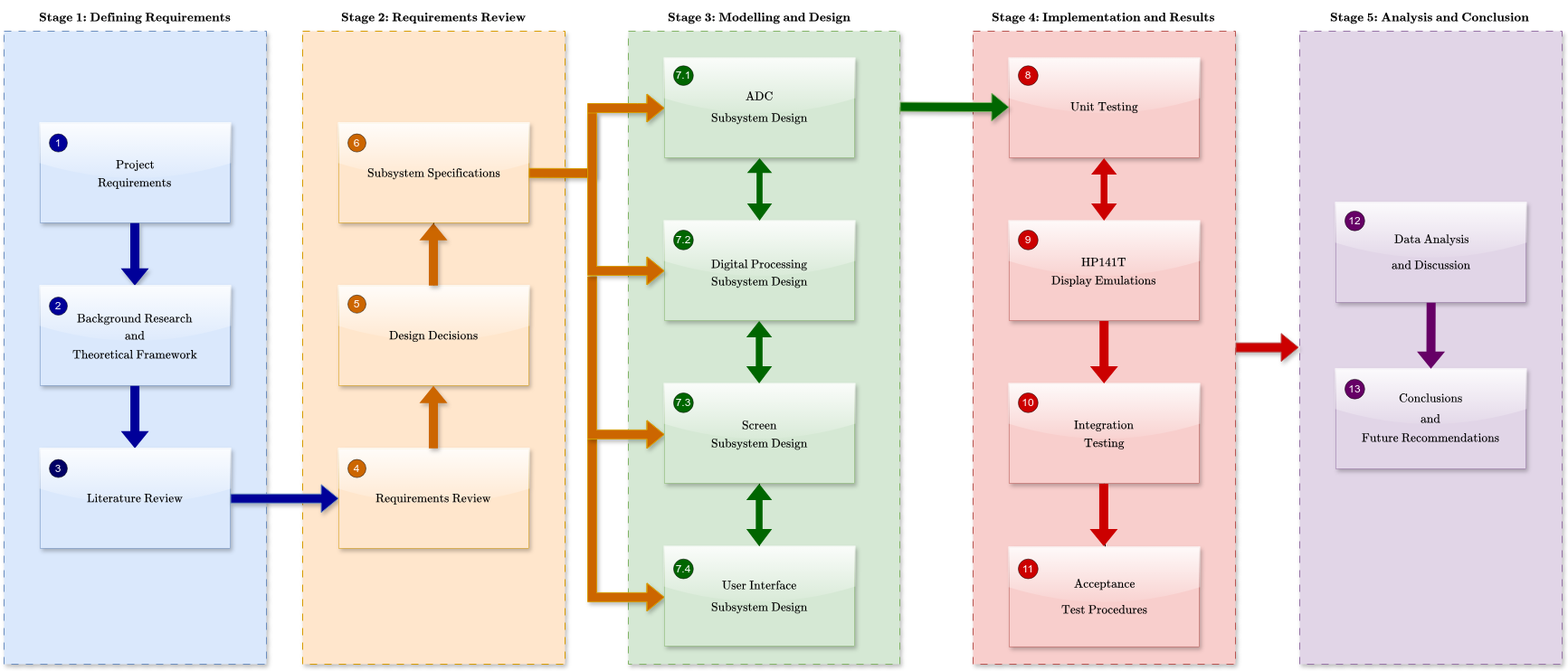
Above: Report/Figures/Methodology/design-stages-diagram.png in BongaNjamela001/Digitizing-HP141T (draw.io), before the change. Source tidied: cells renumbered, new cells last; positions are measured from the earlier drawing's top-left corner, leaving out a move shared by most shapes.
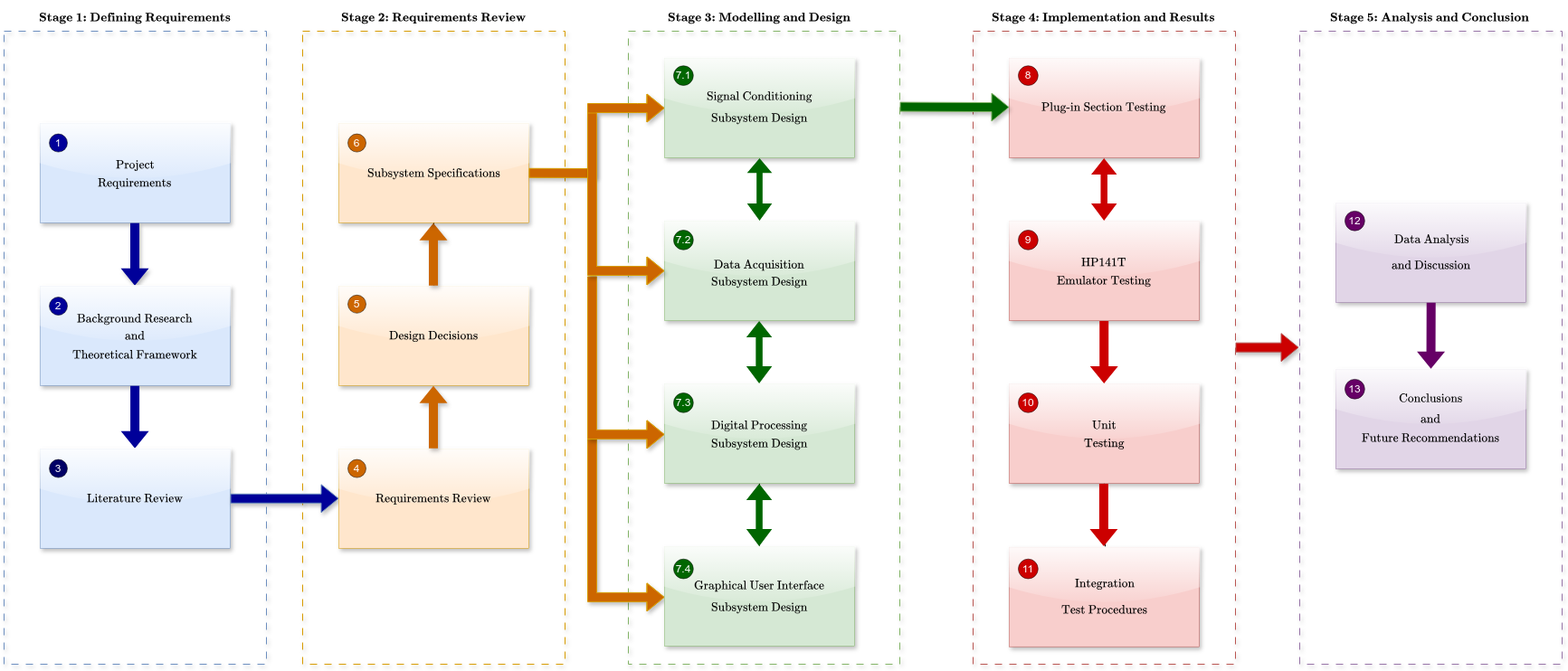
The same file after the commit.

Diff of the diagram source:
```diff
@@ -2,16 +2,16 @@
   <root>
     <mxCell id="0" />
     <mxCell id="1" parent="0" />
-    <mxCell id="2" style="rounded=0;whiteSpace=wrap;html=1;dashed=1;dashPattern=8 8;shadow=1;fillColor=#e1d5e7;strokeColor=#9673a6;" parent="1" vertex="1">
+    <mxCell id="2" style="rounded=0;whiteSpace=wrap;html=1;dashed=1;dashPattern=8 8;shadow=1;fillColor=none;strokeColor=#9673a6;" parent="1" vertex="1">
       <mxGeometry x="1432" y="30" width="290" height="700" as="geometry" />
     </mxCell>
-    <mxCell id="3" style="rounded=0;whiteSpace=wrap;html=1;dashed=1;dashPattern=8 8;shadow=1;fillColor=#f8cecc;strokeColor=#b85450;" parent="1" vertex="1">
+    <mxCell id="3" style="rounded=0;whiteSpace=wrap;html=1;dashed=1;dashPattern=8 8;shadow=1;fillColor=none;strokeColor=#b85450;" parent="1" vertex="1">
       <mxGeometry x="1071" y="30" width="290" height="700" as="geometry" />
     </mxCell>
-    <mxCell id="4" style="rounded=0;whiteSpace=wrap;html=1;dashed=1;dashPattern=8 8;shadow=1;fillColor=#d5e8d4;strokeColor=#82b366;" parent="1" vertex="1">
+    <mxCell id="4" style="rounded=0;whiteSpace=wrap;html=1;dashed=1;dashPattern=8 8;shadow=1;fillColor=none;strokeColor=#82b366;" parent="1" vertex="1">
       <mxGeometry x="690" y="30" width="300" height="700" as="geometry" />
     </mxCell>
-    <mxCell id="5" style="rounded=0;whiteSpace=wrap;html=1;dashed=1;dashPattern=8 8;shadow=1;fillColor=#ffe6cc;strokeColor=#d79b00;" parent="1" vertex="1">
+    <mxCell id="5" style="rounded=0;whiteSpace=wrap;html=1;dashed=1;dashPattern=8 8;shadow=1;fillColor=none;strokeColor=#d79b00;" parent="1" vertex="1">
       <mxGeometry x="330" y="30" width="290" height="700" as="geometry" />
     </mxCell>
     <mxCell id="6" style="shape=flexArrow;endArrow=classic;html=1;rounded=0;fillColor=#CC6600;strokeColor=#d79b00;entryX=0;entryY=0.5;entryDx=0;entryDy=0;shadow=1;" parent="1" edge="1">
@@ -32,7 +32,7 @@
         </Array>
       </mxGeometry>
     </mxCell>
-    <mxCell id="8" style="rounded=0;whiteSpace=wrap;html=1;dashed=1;dashPattern=8 8;shadow=1;fillColor=#dae8fc;strokeColor=#6c8ebf;" parent="1" vertex="1">
+    <mxCell id="8" style="rounded=0;whiteSpace=wrap;html=1;dashed=1;dashPattern=8 8;shadow=1;fillColor=none;strokeColor=#6c8ebf;" parent="1" vertex="1">
       <mxGeometry y="30" width="290" height="700" as="geometry" />
     </mxCell>
     <mxCell id="9" style="rounded=0;whiteSpace=wrap;html=1;fillColor=#dae8fc;shadow=1;roundedCorners=true;strokeWidth=0.5;glass=1;strokeColor=#6c8ebf;" parent="1" vertex="1">
@@ -141,7 +141,7 @@
         </Array>
       </mxGeometry>
     </mxCell>
-    <mxCell id="36" value="$$\text{ADC}$$" style="text;html=1;align=center;verticalAlign=middle;whiteSpace=wrap;rounded=0;" parent="1" vertex="1">
+    <mxCell id="36" value="$$\text{Signal Conditioning}$$" style="text;html=1;align=center;verticalAlign=middle;whiteSpace=wrap;rounded=0;" parent="1" vertex="1">
       <mxGeometry x="730" y="96.4" width="210" height="11.8" as="geometry" />
     </mxCell>
     <mxCell id="37" value="$$\text{Subsystem Design}$$" style="text;html=1;align=center;verticalAlign=middle;whiteSpace=wrap;rounded=0;" parent="1" vertex="1">
@@ -156,7 +156,7 @@
         <mxPoint x="834.6" y="350" as="targetPoint" />
       </mxGeometry>
     </mxCell>
-    <mxCell id="40" value="$$\text{Digital Processing}$$" style="text;html=1;align=center;verticalAlign=middle;whiteSpace=wrap;rounded=0;" parent="1" vertex="1">
+    <mxCell id="40" value="$$\text{Data Acquisition}$$" style="text;html=1;align=center;verticalAlign=middle;whiteSpace=wrap;rounded=0;" parent="1" vertex="1">
       <mxGeometry x="730" y="281.8" width="210" height="11.8" as="geometry" />
     </mxCell>
     <mxCell id="41" value="$$\text{Subsystem Design}$$" style="text;html=1;align=center;verticalAlign=middle;whiteSpace=wrap;rounded=0;" parent="1" vertex="1">
@@ -168,7 +168,7 @@
     <mxCell id="43" style="rounded=0;whiteSpace=wrap;html=1;fillColor=#d5e8d4;shadow=1;roundedCorners=true;strokeWidth=0.5;strokeColor=#82b366;glass=1;" parent="1" vertex="1">
       <mxGeometry x="730" y="600" width="210" height="110" as="geometry" />
     </mxCell>
-    <mxCell id="44" value="$$\text{User Interface}$$" style="text;html=1;align=center;verticalAlign=middle;whiteSpace=wrap;rounded=0;" parent="1" vertex="1">
+    <mxCell id="44" value="$$\text{Graphical User Interface}$$" style="text;html=1;align=center;verticalAlign=middle;whiteSpace=wrap;rounded=0;" parent="1" vertex="1">
       <mxGeometry x="730" y="637.3" width="210" height="11.8" as="geometry" />
     </mxCell>
     <mxCell id="45" value="$$\text{Subsystem Design}$$" style="text;html=1;align=center;verticalAlign=middle;whiteSpace=wrap;rounded=0;" parent="1" vertex="1">
@@ -192,7 +192,7 @@
     <mxCell id="50" style="rounded=0;whiteSpace=wrap;html=1;fillColor=#f8cecc;shadow=1;roundedCorners=true;strokeWidth=0.5;glass=1;strokeColor=#b85450;" parent="1" vertex="1">
       <mxGeometry x="1111" y="60" width="210" height="110" as="geometry" />
     </mxCell>
-    <mxCell id="51" value="$$\text{Unit Testing}$$" style="text;html=1;align=center;verticalAlign=middle;whiteSpace=wrap;rounded=0;" parent="1" vertex="1">
+    <mxCell id="51" value="$$\text{Plug-in Section Testing}$$" style="text;html=1;align=center;verticalAlign=middle;whiteSpace=wrap;rounded=0;" parent="1" vertex="1">
       <mxGeometry x="1111" y="108.2" width="210" height="11.8" as="geometry" />
     </mxCell>
     <mxCell id="52" value="$$\textbf{Stage 4: Implementation and Results}$$" style="text;html=1;align=center;verticalAlign=middle;whiteSpace=wrap;rounded=0;" parent="1" vertex="1">
@@ -207,7 +207,7 @@
     <mxCell id="55" value="$$\text{}$$" style="text;html=1;align=center;verticalAlign=middle;whiteSpace=wrap;rounded=0;" parent="1" vertex="1">
       <mxGeometry x="1472" y="198" width="210" height="11.8" as="geometry" />
     </mxCell>
-    <mxCell id="56" value="$$\text{Display Emulations}$$" style="text;html=1;align=center;verticalAlign=middle;whiteSpace=wrap;rounded=0;" parent="1" vertex="1">
+    <mxCell id="56" value="$$\text{Emulator Testing}$$" style="text;html=1;align=center;verticalAlign=middle;whiteSpace=wrap;rounded=0;" parent="1" vertex="1">
       <mxGeometry x="1111" y="300" width="210" height="11.8" as="geometry" />
     </mxCell>
     <mxCell id="57" style="shape=flexArrow;endArrow=classic;startArrow=classic;html=1;rounded=0;entryX=0.5;entryY=1;entryDx=0;entryDy=0;exitX=0.5;exitY=0;exitDx=0;exitDy=0;fillColor=#CC0000;strokeColor=none;width=7.5;endSize=5.666666666666667;" parent="1" edge="1">
@@ -230,7 +230,7 @@
     <mxCell id="61" style="rounded=0;whiteSpace=wrap;html=1;fillColor=#f8cecc;shadow=1;roundedCorners=true;strokeWidth=0.5;strokeColor=#b85450;glass=1;" parent="1" vertex="1">
       <mxGeometry x="1111" y="420" width="210" height="110" as="geometry" />
     </mxCell>
-    <mxCell id="62" value="$$\text{Integration}$$" style="text;html=1;align=center;verticalAlign=middle;whiteSpace=wrap;rounded=0;" parent="1" vertex="1">
+    <mxCell id="62" value="$$\text{Unit}$$" style="text;html=1;align=center;verticalAlign=middle;whiteSpace=wrap;rounded=0;" parent="1" vertex="1">
       <mxGeometry x="1111" y="460" width="210" height="11.8" as="geometry" />
     </mxCell>
     <mxCell id="63" value="$$\text{Testing}$$" style="text;html=1;align=center;verticalAlign=middle;whiteSpace=wrap;rounded=0;" parent="1" vertex="1">
@@ -248,7 +248,7 @@
         <mxPoint x="1431" y="379.7" as="targetPoint" />
       </mxGeometry>
     </mxCell>
-    <mxCell id="66" value="$$\text{Screen}$$" style="text;html=1;align=center;verticalAlign=middle;whiteSpace=wrap;rounded=0;" parent="1" vertex="1">
+    <mxCell id="66" value="$$\text{Digital Processing}$$" style="text;html=1;align=center;verticalAlign=middle;whiteSpace=wrap;rounded=0;" parent="1" vertex="1">
       <mxGeometry x="730" y="460" width="210" height="11.8" as="geometry" />
     </mxCell>
     <mxCell id="67" style="rounded=0;whiteSpace=wrap;html=1;fillColor=#e1d5e7;shadow=1;roundedCorners=true;strokeWidth=0.5;strokeColor=#9673a6;glass=1;" parent="1" vertex="1">
@@ -280,7 +280,7 @@
     <mxCell id="75" style="rounded=0;whiteSpace=wrap;html=1;fillColor=#f8cecc;shadow=1;roundedCorners=true;strokeWidth=0.5;strokeColor=#b85450;glass=1;" parent="1" vertex="1">
       <mxGeometry x="1111" y="600.7" width="210" height="110" as="geometry" />
     </mxCell>
-    <mxCell id="76" value="$$\text{Acceptance}$$" style="text;html=1;align=center;verticalAlign=middle;whiteSpace=wrap;rounded=0;" parent="1" vertex="1">
+    <mxCell id="76" value="$$\text{Integration}$$" style="text;html=1;align=center;verticalAlign=middle;whiteSpace=wrap;rounded=0;" parent="1" vertex="1">
       <mxGeometry x="1112" y="635.5" width="210" height="11.8" as="geometry" />
     </mxCell>
     <mxCell id="77" value="$$\text{Test Procedures}$$" style="text;html=1;align=center;verticalAlign=middle;whiteSpace=wrap;rounded=0;" parent="1" vertex="1">
```
